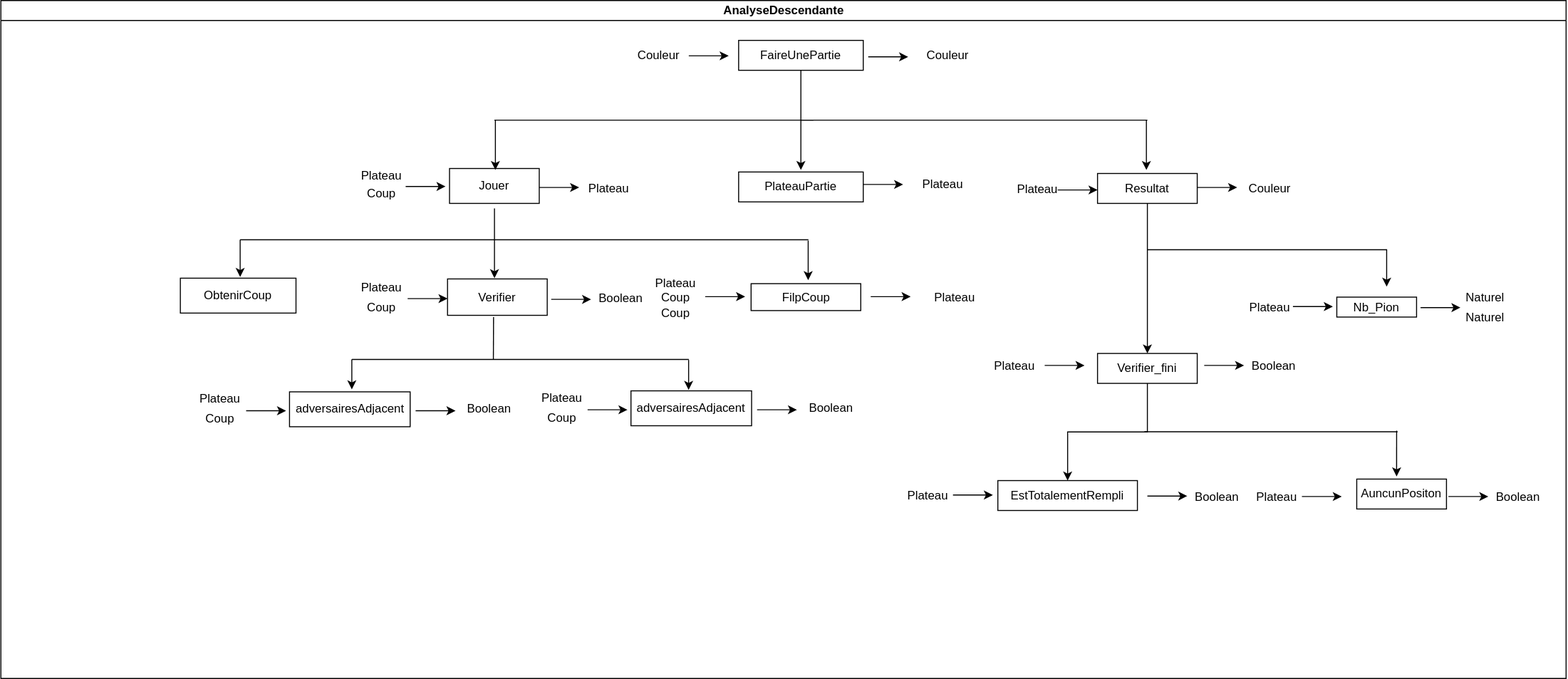
This is rapport/analyse/FaireUnePartie.drawio.svg from Sachawski/othelloiti3, a draw.io export, as it was before one commit. Source tidied: cells renumbered, new cells last; positions are measured from the earlier drawing's top-left corner, leaving out a move shared by most shapes.
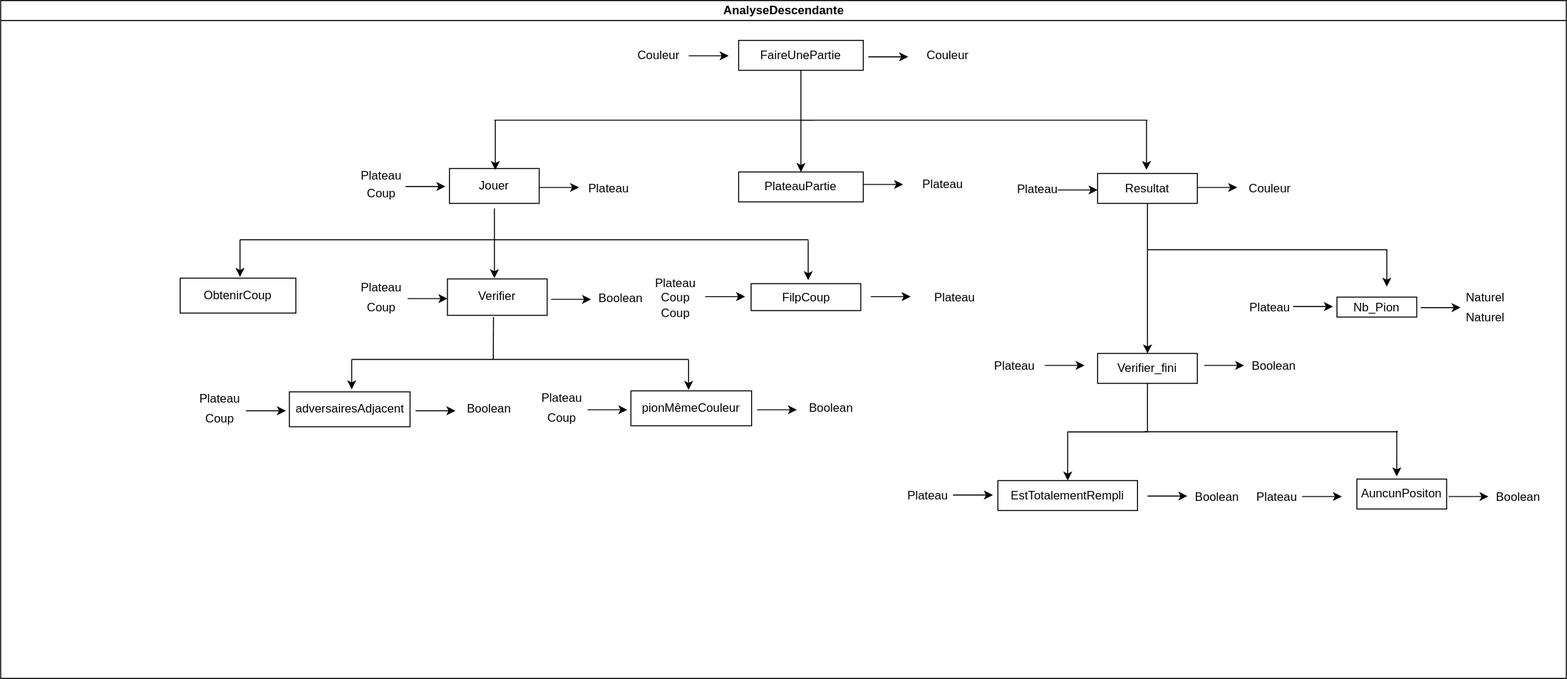
After the commit.

Commit message:
corrigé analyse ajouté cd verifier

The edit, as a diff of the source:
```diff
@@ -364,7 +364,7 @@
         <mxPoint x="798.5" y="410.5" as="targetPoint" />
       </mxGeometry>
     </mxCell>
-    <mxCell id="84" value="adversairesAdjacent" style="rounded=0;whiteSpace=wrap;html=1;" parent="2" vertex="1">
+    <mxCell id="84" value="pionMêmeCouleur" style="rounded=0;whiteSpace=wrap;html=1;" parent="2" vertex="1">
       <mxGeometry x="632" y="391.5" width="121" height="35" as="geometry" />
     </mxCell>
     <mxCell id="85" value="Nb_Pion" style="rounded=0;whiteSpace=wrap;html=1;" parent="2" vertex="1">
```
